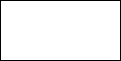
The draw.io diagram test.drawio.png in qualitycluster/gauge-taiko, before a commit. Source tidied: cells renumbered, new cells last; positions are measured from the earlier drawing's top-left corner, leaving out a move shared by most shapes. The source it was exported from:
```xml
<mxGraphModel>
  <root>
    <mxCell id="0" />
    <mxCell id="1" parent="0" />
    <mxCell id="2" style="rounded=0;whiteSpace=wrap;html=1;" parent="1" vertex="1">
      <mxGeometry width="120" height="60" as="geometry" />
    </mxCell>
  </root>
</mxGraphModel>
```
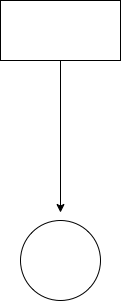
After the change.

Diff of the diagram source:
```diff
@@ -2,8 +2,14 @@
   <root>
     <mxCell id="0" />
     <mxCell id="1" parent="0" />
+    <mxCell id="3" style="edgeStyle=none;html=1;entryX=0.5;entryY=-0.1;entryDx=0;entryDy=0;entryPerimeter=0;" parent="1" edge="1" source="2" target="4">
+      <mxGeometry relative="1" as="geometry" />
+    </mxCell>
     <mxCell id="2" style="rounded=0;whiteSpace=wrap;html=1;" parent="1" vertex="1">
       <mxGeometry width="120" height="60" as="geometry" />
     </mxCell>
+    <mxCell id="4" style="ellipse;whiteSpace=wrap;html=1;" parent="1" vertex="1">
+      <mxGeometry x="20" y="220" width="80" height="80" as="geometry" />
+    </mxCell>
   </root>
 </mxGraphModel>
```
